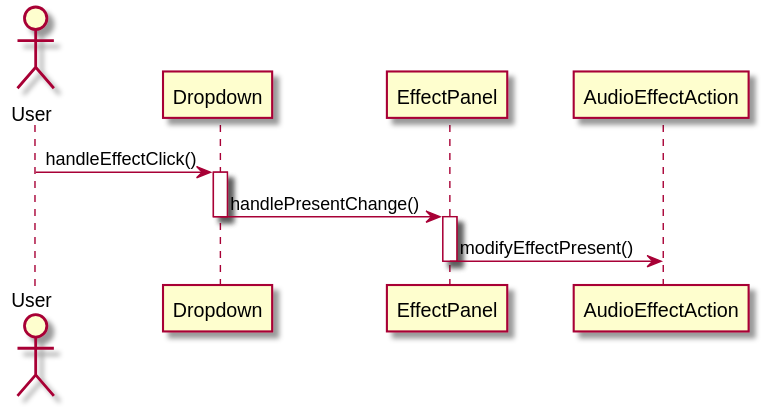
Above: out/sequence_diagram/modifyEffectPresent/modifyEffectPresent.svg in austudio-team/austudio-uml-graph (PlantUML), before the change. Its diagram source:
```plantuml
@startuml
actor User

User -> Dropdown: handleEffectClick()
activate Dropdown
Dropdown -> EffectPanel: handlePresentChange()
deactivate Dropdown
activate EffectPanel
EffectPanel -> AudioEffectAction: modifyEffectPresent()
deactivate EffectPanel
@enduml
```
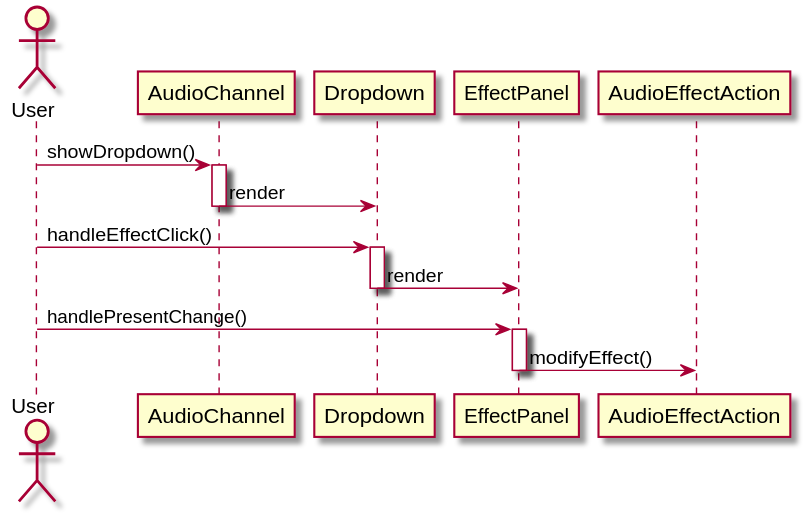
The same diagram one commit later.

What changed in the source:
```diff
@@ -1,11 +1,17 @@
 @startuml
 actor User
 
+User -> AudioChannel: showDropdown()
+activate AudioChannel
+AudioChannel -> Dropdown: render
+deactivate AudioChannel
 User -> Dropdown: handleEffectClick()
 activate Dropdown
-Dropdown -> EffectPanel: handlePresentChange()
+Dropdown -> EffectPanel: render
 deactivate Dropdown
+
+User -> EffectPanel: handlePresentChange()
 activate EffectPanel
-EffectPanel -> AudioEffectAction: modifyEffectPresent()
+EffectPanel -> AudioEffectAction: modifyEffect()
 deactivate EffectPanel
 @enduml
```
